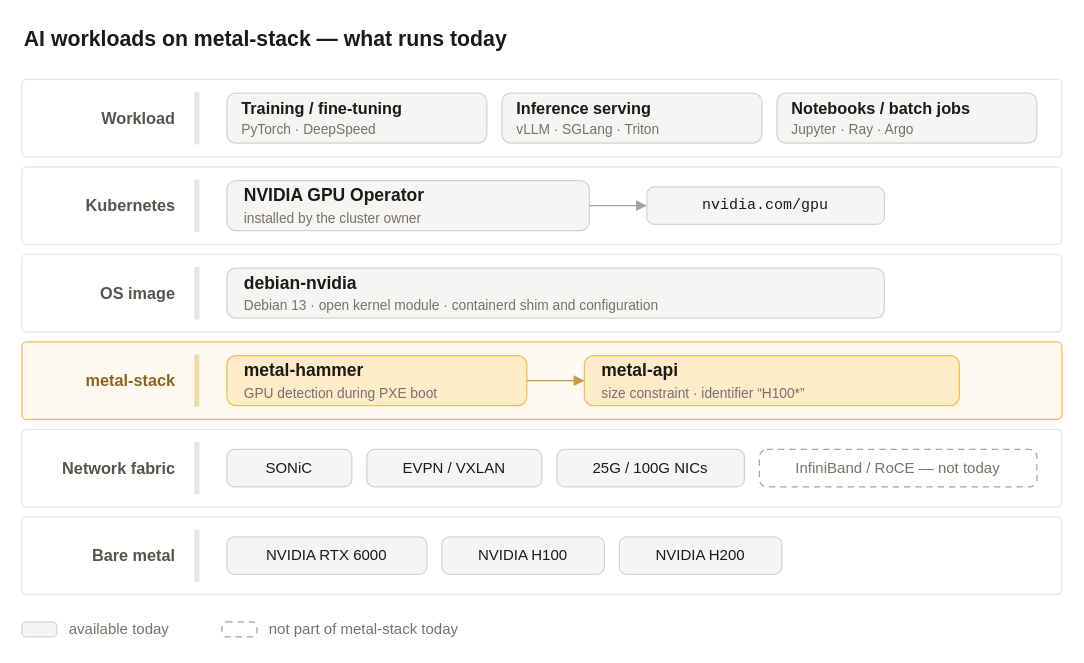
Above: blog/2026/06-gpu-ai-workloads/architecture-diagram.drawio in metal-stack/website (draw.io), before the change. Source tidied: cells renumbered, new cells numbered last; positions are measured from the earlier drawing's top-left corner, leaving out a move shared by most shapes. Both pictures are drawn from the tidied source at 125%, with x=0, y=0 at pixel (21, 21).
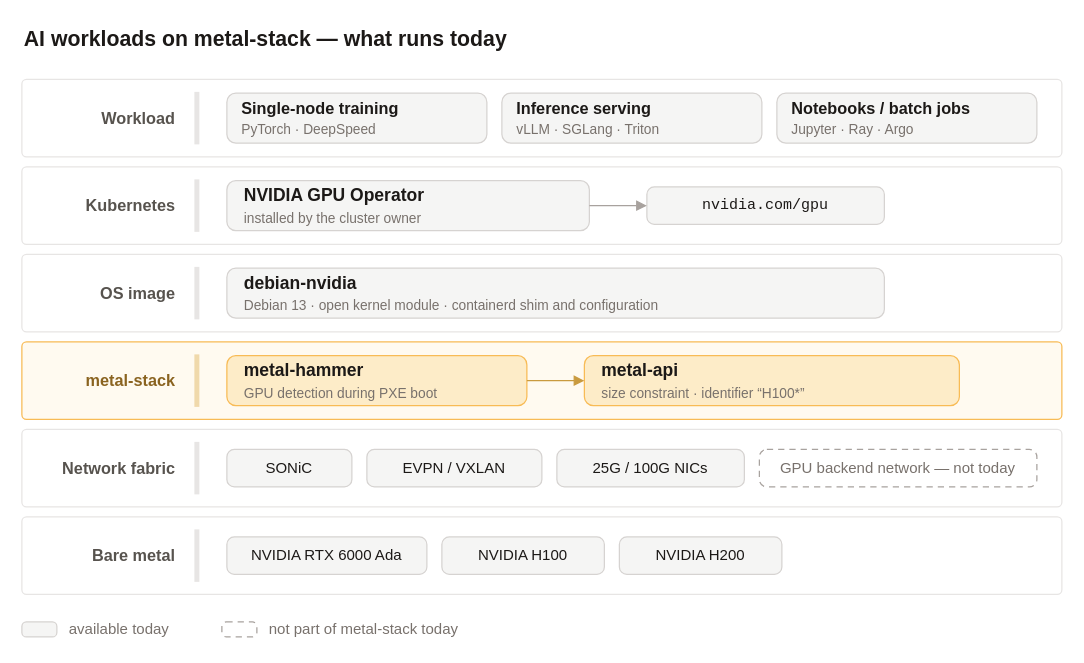
After the change.

Diff of the diagram source:
```diff
@@
-    <mxCell id="6" value="&lt;b&gt;Training / fine-tuning&lt;/b&gt;&lt;br/&gt;&lt;font color=&quot;#78716C&quot; style=&quot;font-size:11px&quot;&gt;PyTorch · DeepSpeed&lt;/font&gt;" style="rounded=1;arcSize=18;html=1;whiteSpace=wrap;align=left;spacingLeft=10;verticalAlign=middle;fillColor=#F5F5F4;strokeColor=#D6D3D1;fontSize=13;fontColor=#1C1917;" parent="1" vertex="1">
+    <mxCell id="6" value="&lt;b&gt;Single-node training&lt;/b&gt;&lt;br/&gt;&lt;font color=&quot;#78716C&quot; style=&quot;font-size:11px&quot;&gt;PyTorch · DeepSpeed&lt;/font&gt;" style="rounded=1;arcSize=18;html=1;whiteSpace=wrap;align=left;spacingLeft=10;verticalAlign=middle;fillColor=#F5F5F4;strokeColor=#D6D3D1;fontSize=13;fontColor=#1C1917;" parent="1" vertex="1">
       <mxGeometry x="164" y="57" width="208" height="40" as="geometry" />
     </mxCell>
@@
-    <mxCell id="31" value="InfiniBand / RoCE — not today" style="rounded=1;arcSize=20;html=1;whiteSpace=wrap;fillColor=none;strokeColor=#A8A29E;dashed=1;dashPattern=5 4;fontSize=12;fontColor=#78716C;" parent="1" vertex="1">
+    <mxCell id="31" value="GPU backend network — not today" style="rounded=1;arcSize=20;html=1;whiteSpace=wrap;fillColor=none;strokeColor=#A8A29E;dashed=1;dashPattern=5 4;fontSize=12;fontColor=#78716C;" parent="1" vertex="1">
       <mxGeometry x="590" y="342" width="222" height="30" as="geometry" />
     </mxCell>
@@
-    <mxCell id="35" value="NVIDIA RTX 6000" style="rounded=1;arcSize=20;html=1;whiteSpace=wrap;fillColor=#F5F5F4;strokeColor=#D6D3D1;fontSize=12;fontColor=#1C1917;" parent="1" vertex="1">
+    <mxCell id="35" value="NVIDIA RTX 6000 Ada" style="rounded=1;arcSize=20;html=1;whiteSpace=wrap;fillColor=#F5F5F4;strokeColor=#D6D3D1;fontSize=12;fontColor=#1C1917;" parent="1" vertex="1">
       <mxGeometry x="164" y="412" width="160" height="30" as="geometry" />
     </mxCell>
```
